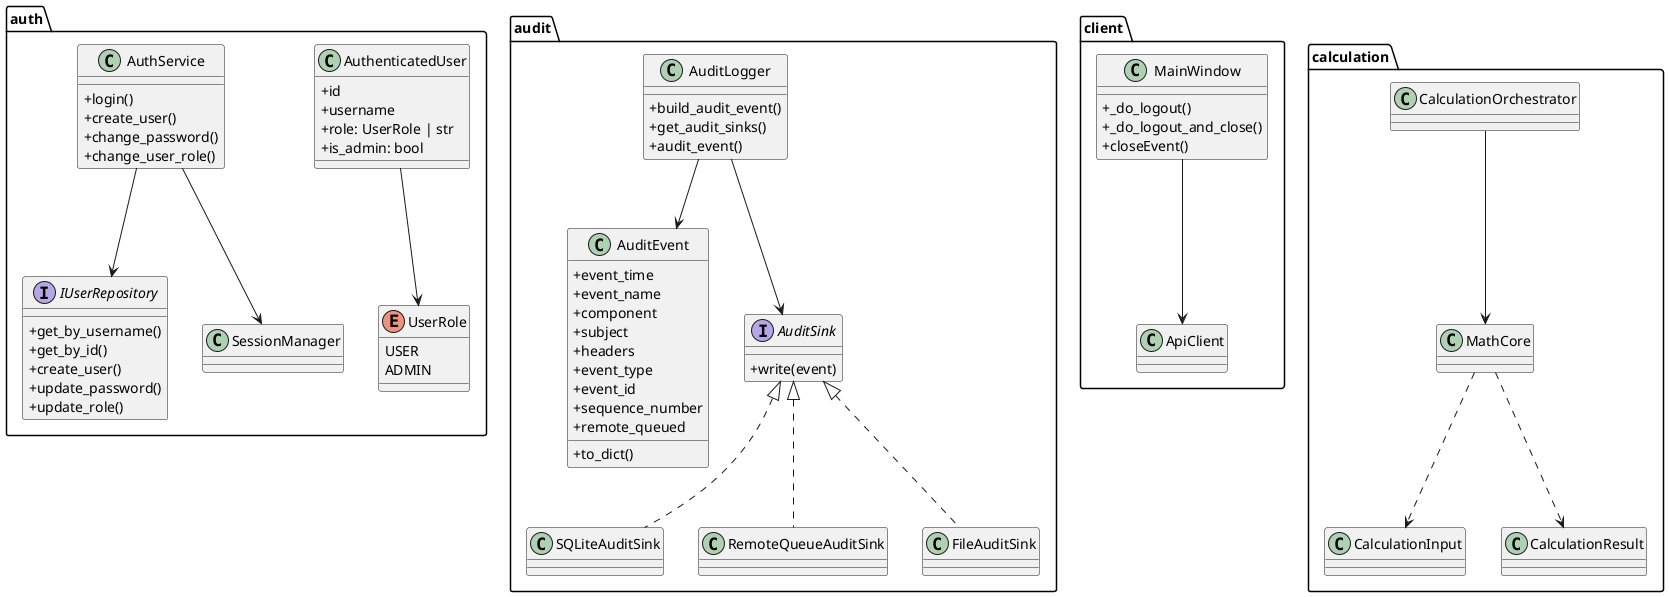
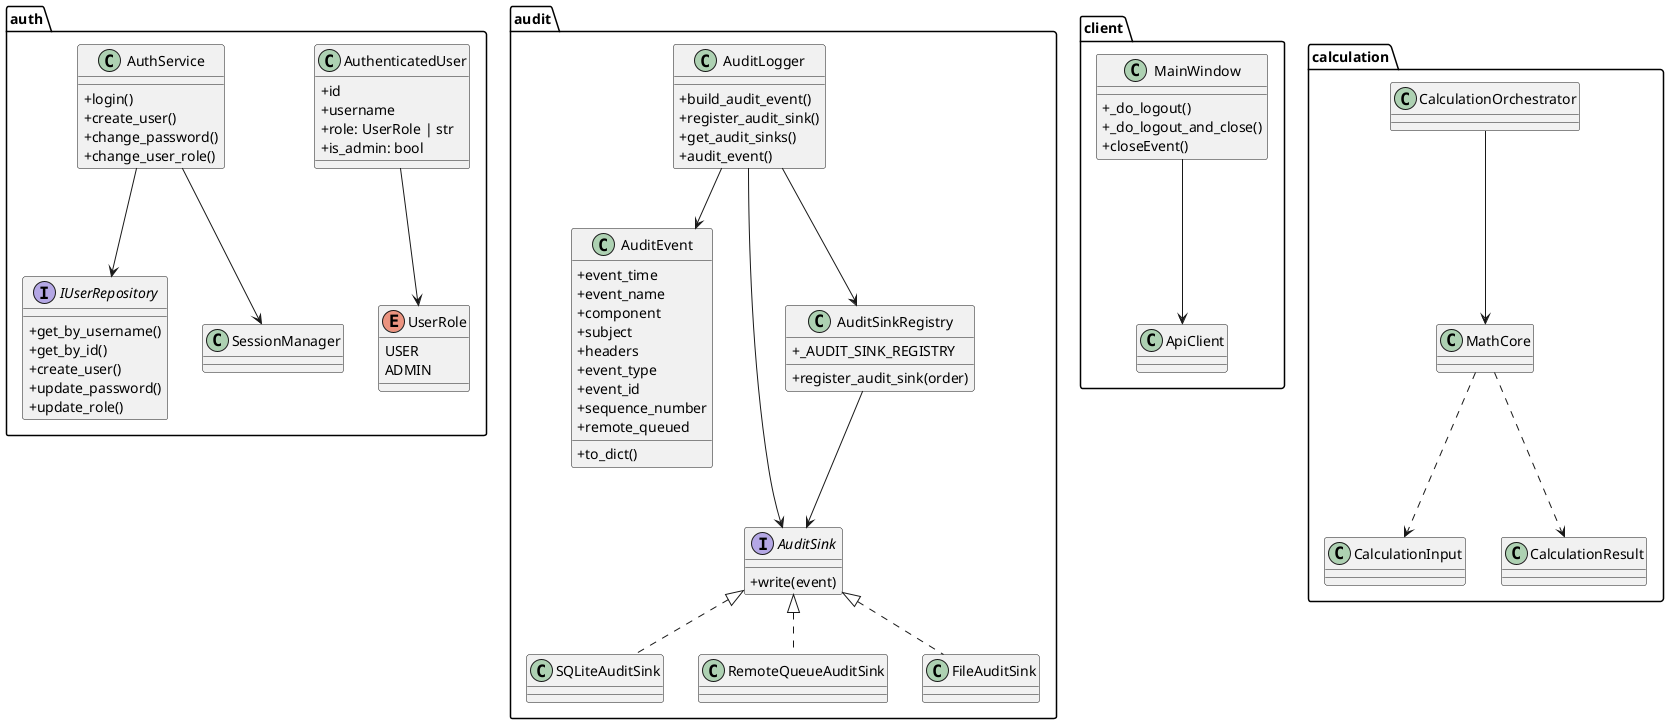
@startuml
skinparam classAttributeIconSize 0

package "auth" {
  class AuthenticatedUser {
    +id
    +username
    +role: UserRole | str
    +is_admin: bool
  }

  enum UserRole {
    USER
    ADMIN
  }

  class AuthService {
    +login()
    +create_user()
    +change_password()
    +change_user_role()
  }

  interface IUserRepository {
    +get_by_username()
    +get_by_id()
    +create_user()
    +update_password()
    +update_role()
  }

  class SessionManager
}

package "audit" {
  class AuditEvent {
    +event_time
    +event_name
    +component
    +subject
    +headers
    +event_type
    +event_id
    +sequence_number
    +remote_queued
    +to_dict()
  }

  interface AuditSink {
    +write(event)
  }

+   class AuditSinkRegistry {
+     +register_audit_sink(order)
+     +_AUDIT_SINK_REGISTRY
+   }
+ 
  class SQLiteAuditSink
  class RemoteQueueAuditSink
  class FileAuditSink
  class AuditLogger {
    +build_audit_event()
+     +register_audit_sink()
    +get_audit_sinks()
    +audit_event()
  }
}

package "client" {
  class MainWindow {
    +_do_logout()
    +_do_logout_and_close()
    +closeEvent()
  }
  class ApiClient
}

package "calculation" {
  class CalculationInput
  class CalculationResult
  class CalculationOrchestrator
  class MathCore
}

AuthenticatedUser --> UserRole
AuthService --> IUserRepository
AuthService --> SessionManager
AuditSink <|.. SQLiteAuditSink
AuditSink <|.. RemoteQueueAuditSink
AuditSink <|.. FileAuditSink
AuditLogger --> AuditEvent
AuditLogger --> AuditSink
+ AuditLogger --> AuditSinkRegistry
+ AuditSinkRegistry --> AuditSink
MainWindow --> ApiClient
CalculationOrchestrator --> MathCore
MathCore ..> CalculationInput
MathCore ..> CalculationResult
@enduml
